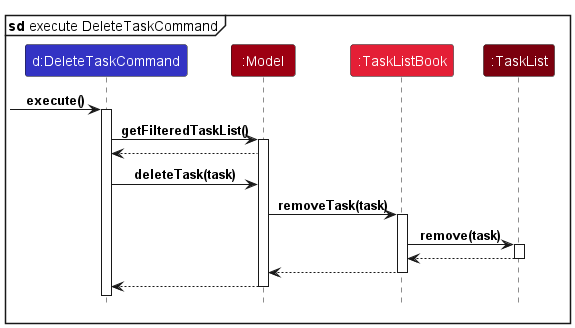
This is docs/images/DeleteTaskSequenceDiagram.png from raydenlim/tp, a PlantUML export, as it was before one commit.
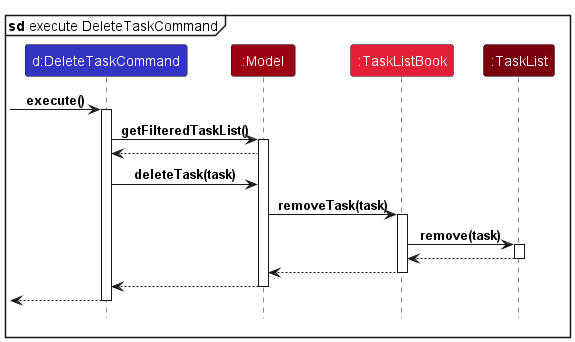
The same diagram one commit later.

What changed in the source:
```diff
@@ -36,4 +36,7 @@
 Model --> DeleteTaskCommand
 deactivate Model
 
+[<-- DeleteTaskCommand
+deactivate DeleteTaskCommand
+
 @enduml
```
